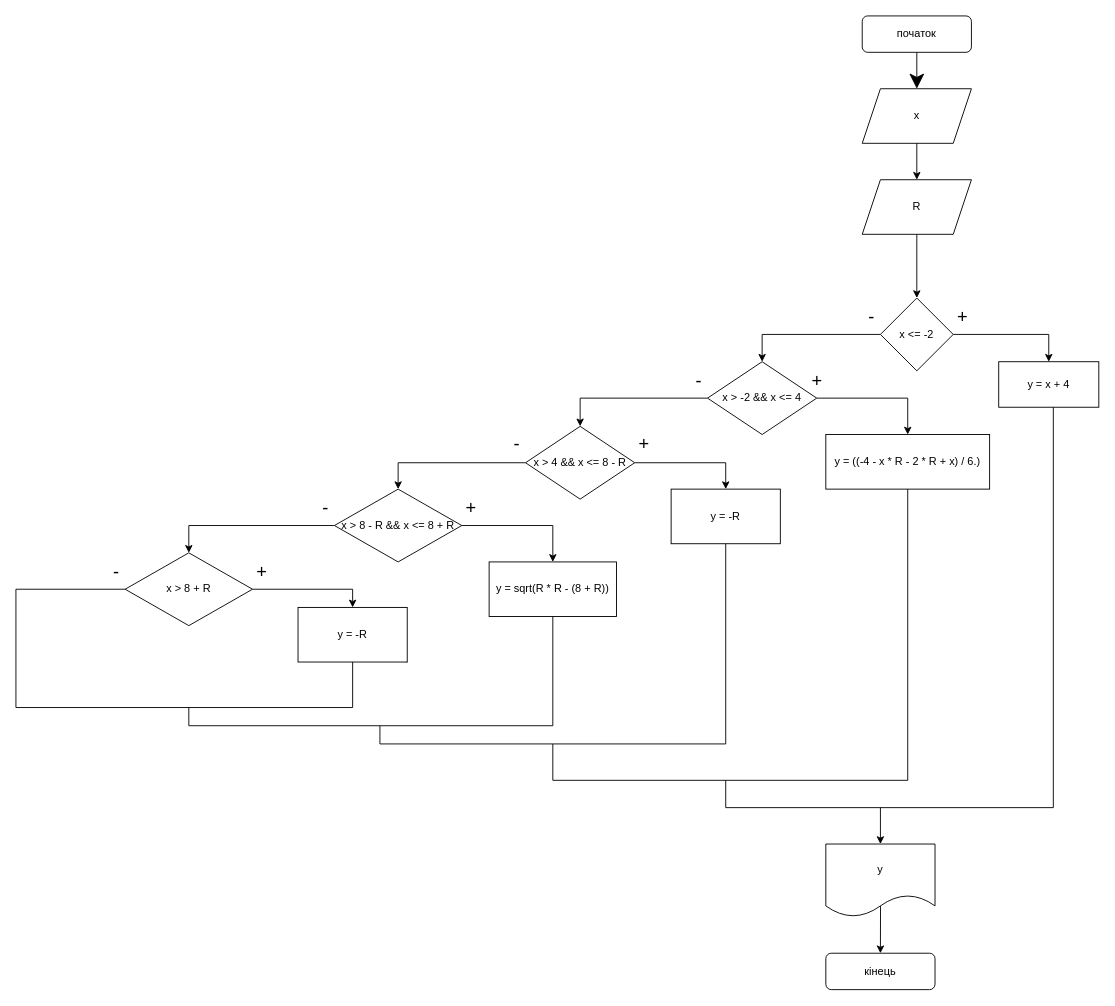
ZhurakovskyiArtem/lab_3.3 keeps this draw.io diagram as Untitled Diagram.drawio. Above is the earlier version. Source tidied: cells renumbered, new cells numbered last; positions are measured from the earlier drawing's top-left corner, leaving out a move shared by most shapes. Both pictures are drawn from the tidied source at 91%, with x=0, y=0 at pixel (15, 15).
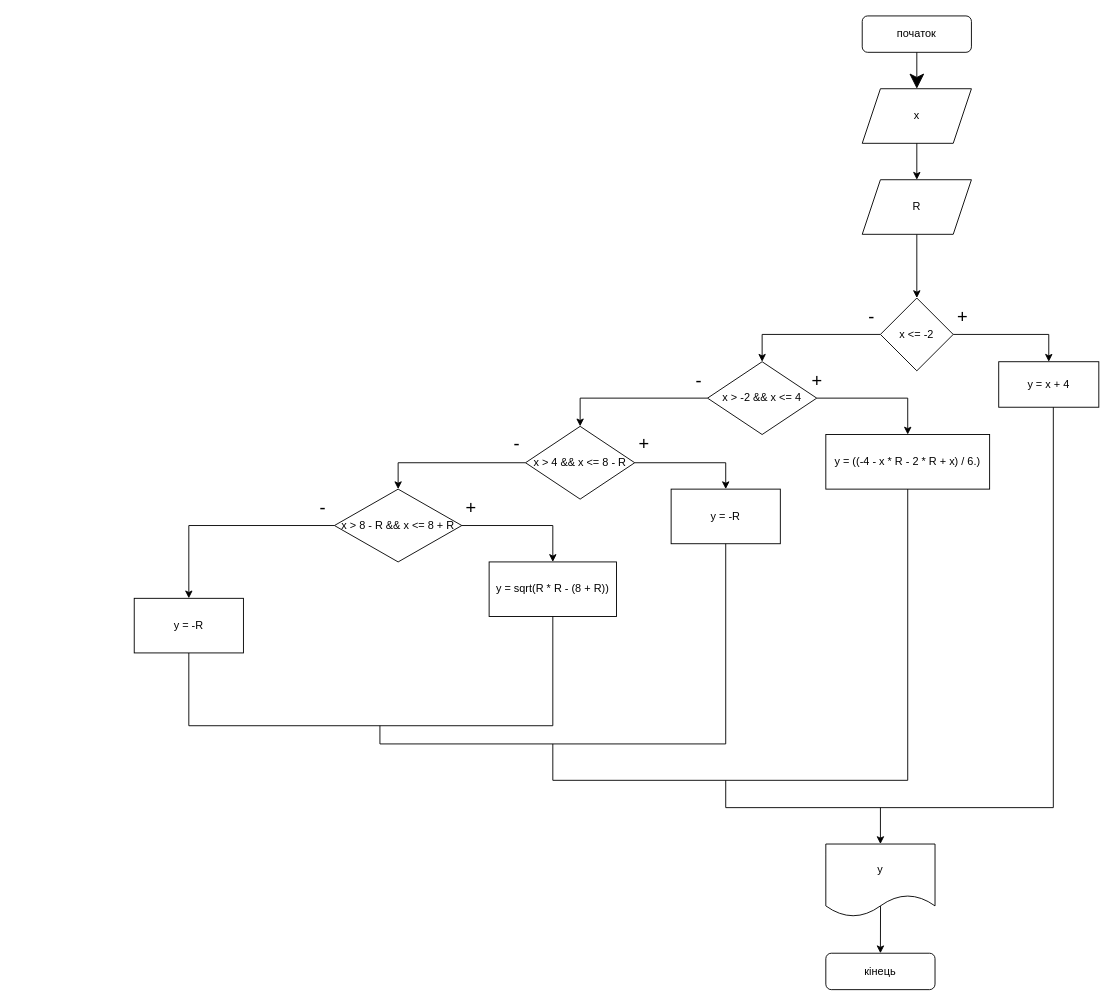
Above is the later version.

The change refers to these unchanged cells:
```xml
<mxCell id="18" value="x &gt; 8 - R &amp;&amp; x &lt;= 8 + R" style="rhombus;whiteSpace=wrap;html=1;rounded=0;" parent="1" vertex="1">
  <mxGeometry x="350" y="520" width="140" height="80" as="geometry" />
</mxCell>
```

The edit, as a diff of the source:
```diff
@@
-    <mxCell id="17" value="-" style="edgeStyle=orthogonalEdgeStyle;rounded=0;jettySize=auto;html=1;fontSize=20;" parent="1" edge="1" source="18" target="21">
+    <mxCell id="17" value="-" style="edgeStyle=orthogonalEdgeStyle;rounded=0;jettySize=auto;html=1;fontSize=20;entryX=0.5;entryY=0;entryDx=0;entryDy=0;" parent="1" edge="1" source="18" target="25">
       <mxGeometry x="-0.89" y="-20" relative="1" as="geometry">
         <Array as="points">
           <mxPoint x="190" y="560" />
         </Array>
       </mxGeometry>
     </mxCell>
@@
-    <mxCell id="20" value="+" style="edgeStyle=orthogonalEdgeStyle;rounded=0;jettySize=auto;html=1;exitX=1;exitY=0.5;exitDx=0;exitDy=0;entryX=0.5;entryY=0;entryDx=0;entryDy=0;fontSize=20;" parent="1" edge="1" source="21" target="25">
-      <mxGeometry x="-0.85" y="20" relative="1" as="geometry" />
-    </mxCell>
-    <mxCell id="21" value="x &gt; 8 + R" style="rhombus;whiteSpace=wrap;html=1;rounded=0;" parent="1" vertex="1">
-      <mxGeometry x="120" y="590" width="140" height="80" as="geometry" />
-    </mxCell>
-    <mxCell id="22" value="-" style="endArrow=none;html=1;exitX=0.5;exitY=1;exitDx=0;exitDy=0;rounded=0;fontSize=20;" parent="1" edge="1" source="25">
-      <mxGeometry x="0.97" y="20" relative="1" as="geometry">
-        <mxPoint x="120" y="630" as="targetPoint" />
-        <Array as="points">
-          <mxPoint x="370" y="760" />
-          <mxPoint y="760" />
-          <mxPoint y="630" />
-        </Array>
-      </mxGeometry>
-    </mxCell>
-    <mxCell id="23" style="endArrow=none;html=1;rounded=0;" parent="1" edge="1">
+    <mxCell id="23" style="endArrow=none;html=1;rounded=0;exitX=0.5;exitY=1;exitDx=0;exitDy=0;" parent="1" edge="1" source="25">
       <mxGeometry relative="1" as="geometry">
-        <mxPoint x="190" y="760" as="sourcePoint" />
         <mxPoint x="590" y="660" as="targetPoint" />
         <Array as="points">
           <mxPoint x="190" y="780" />
           <mxPoint x="590" y="780" />
         </Array>
       </mxGeometry>
     </mxCell>
-    <mxCell id="24" style="endArrow=none;html=1;startArrow=none;" parent="1" edge="1" source="25">
-      <mxGeometry relative="1" as="geometry">
-        <mxPoint x="390" y="690" as="targetPoint" />
-      </mxGeometry>
-    </mxCell>
     <mxCell id="25" value="y = -R" style="rounded=0;whiteSpace=wrap;html=1;" parent="1" vertex="1">
-      <mxGeometry x="310" y="650" width="120" height="60" as="geometry" />
+      <mxGeometry x="130" y="640" width="120" height="60" as="geometry" />
     </mxCell>
```
